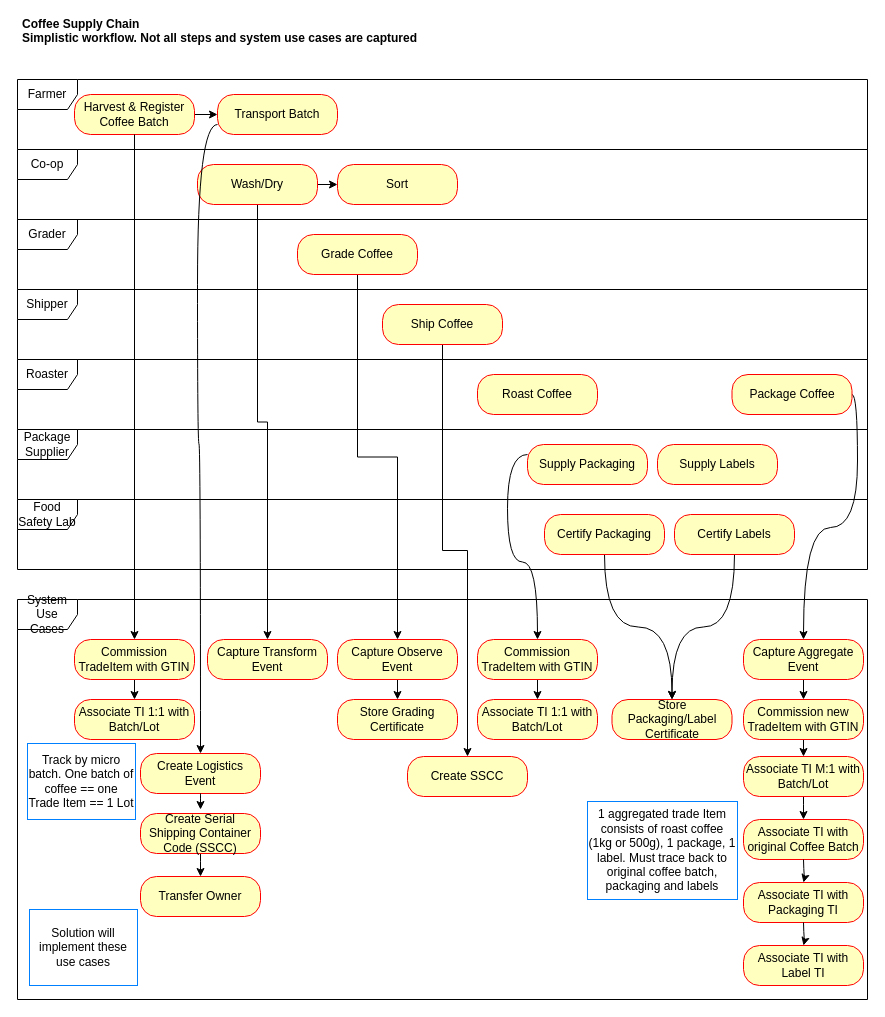
MCLDG/supply-chain-eth keeps this draw.io diagram as diagrams/Coffee Supply Chain.drawio. Above is the earlier version. Source tidied: cells renumbered, new cells numbered last; positions are measured from the earlier drawing's top-left corner, leaving out a move shared by most shapes. Both pictures are drawn from the tidied source at 100%, with x=0, y=0 at pixel (17, 17).
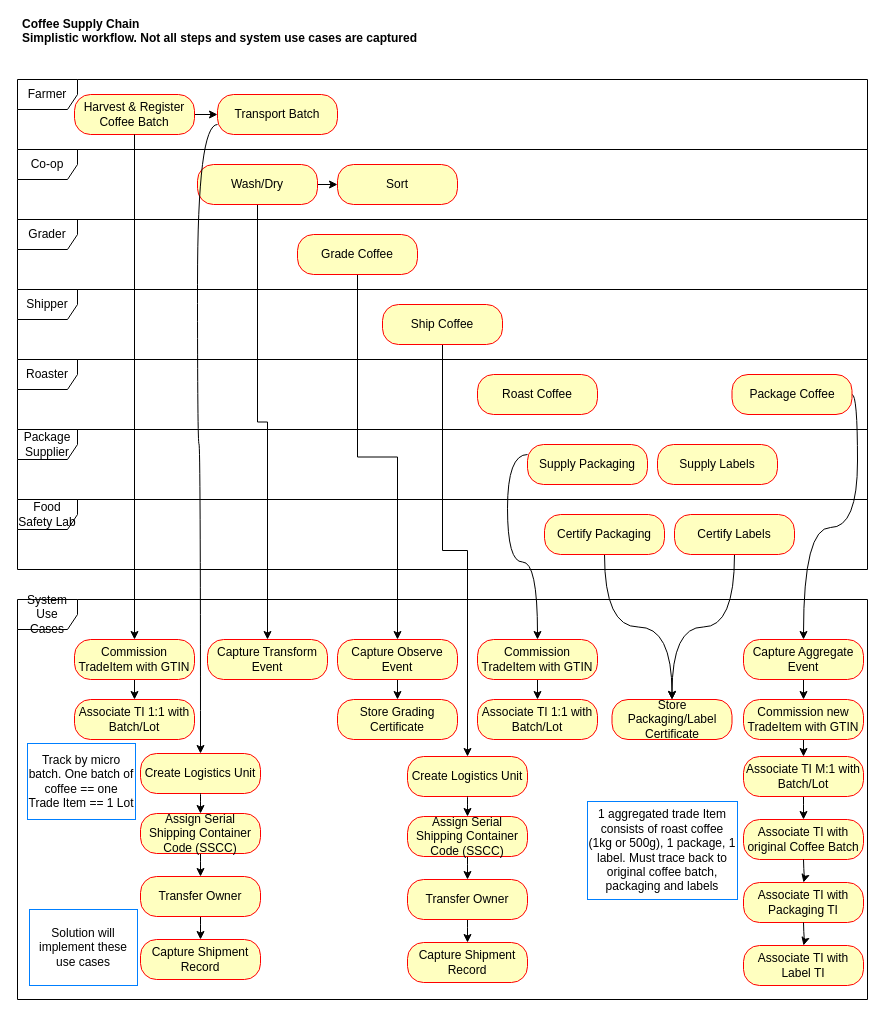
Above is the later version.

Unchanged cells that the change refers to:
```xml
<mxCell id="11" value="Transfer Owner" style="rounded=1;whiteSpace=wrap;html=1;arcSize=40;fontColor=#000000;fillColor=#ffffc0;strokeColor=#ff0000;" parent="1" vertex="1">
  <mxGeometry x="123" y="859" width="120" height="40" as="geometry" />
</mxCell>
<mxCell id="23" value="Ship Coffee" style="rounded=1;whiteSpace=wrap;html=1;arcSize=40;fontColor=#000000;fillColor=#ffffc0;strokeColor=#ff0000;" parent="1" vertex="1">
  <mxGeometry x="365" y="287" width="120" height="40" as="geometry" />
</mxCell>
```

Change to the diagram source:
```diff
@@
+    <mxCell id="61" value="System Use Cases" style="shape=umlFrame;whiteSpace=wrap;html=1;" parent="1" vertex="1">
+      <mxGeometry y="582" width="850" height="400" as="geometry" />
+    </mxCell>
@@
+    <mxCell id="65" style="edgeStyle=orthogonalEdgeStyle;curved=1;rounded=0;jettySize=auto;html=1;" parent="1" edge="1" source="11" target="66">
+      <mxGeometry relative="1" as="geometry" />
+    </mxCell>
@@
-    <mxCell id="22" style="edgeStyle=orthogonalEdgeStyle;rounded=0;jettySize=auto;html=1;exitX=0.5;exitY=1;exitDx=0;exitDy=0;" parent="1" edge="1" source="23" target="26">
+    <mxCell id="22" style="edgeStyle=orthogonalEdgeStyle;rounded=0;jettySize=auto;html=1;exitX=0.5;exitY=1;exitDx=0;exitDy=0;" parent="1" edge="1" source="23" target="71">
       <mxGeometry relative="1" as="geometry" />
     </mxCell>
@@
-    <mxCell id="26" value="Create SSCC" style="rounded=1;whiteSpace=wrap;html=1;arcSize=40;fontColor=#000000;fillColor=#ffffc0;strokeColor=#ff0000;" parent="1" vertex="1">
-      <mxGeometry x="390" y="739" width="120" height="40" as="geometry" />
-    </mxCell>
@@
-    <mxCell id="47" value="Create Serial Shipping Container Code (SSCC)" style="rounded=1;whiteSpace=wrap;html=1;arcSize=40;fontColor=#000000;fillColor=#ffffc0;strokeColor=#ff0000;" parent="1" vertex="1">
+    <mxCell id="47" value="Assign Serial Shipping Container Code (SSCC)" style="rounded=1;whiteSpace=wrap;html=1;arcSize=40;fontColor=#000000;fillColor=#ffffc0;strokeColor=#ff0000;" parent="1" vertex="1">
       <mxGeometry x="123" y="796" width="120" height="40" as="geometry" />
     </mxCell>
@@
-    <mxCell id="61" value="System Use Cases" style="shape=umlFrame;whiteSpace=wrap;html=1;" parent="1" vertex="1">
-      <mxGeometry y="582" width="850" height="400" as="geometry" />
-    </mxCell>
@@
-    <mxCell id="63" value="Create Logistics Event" style="rounded=1;whiteSpace=wrap;html=1;arcSize=40;fontColor=#000000;fillColor=#ffffc0;strokeColor=#ff0000;" parent="1" vertex="1">
+    <mxCell id="63" value="Create Logistics Unit" style="rounded=1;whiteSpace=wrap;html=1;arcSize=40;fontColor=#000000;fillColor=#ffffc0;strokeColor=#ff0000;" parent="1" vertex="1">
       <mxGeometry x="123" y="736" width="120" height="40" as="geometry" />
     </mxCell>
-    <mxCell id="64" style="edgeStyle=orthogonalEdgeStyle;curved=1;rounded=0;jettySize=auto;html=1;exitX=0.5;exitY=1;exitDx=0;exitDy=0;" parent="1" edge="1" source="63">
-      <mxGeometry relative="1" as="geometry">
-        <mxPoint x="183" y="792" as="targetPoint" />
-      </mxGeometry>
+    <mxCell id="64" style="edgeStyle=orthogonalEdgeStyle;curved=1;rounded=0;jettySize=auto;html=1;exitX=0.5;exitY=1;exitDx=0;exitDy=0;entryX=0.5;entryY=0;entryDx=0;entryDy=0;" parent="1" edge="1" source="63" target="47">
+      <mxGeometry relative="1" as="geometry" />
     </mxCell>
+    <mxCell id="66" value="Capture Shipment Record" style="rounded=1;whiteSpace=wrap;html=1;arcSize=40;fontColor=#000000;fillColor=#ffffc0;strokeColor=#ff0000;" parent="1" vertex="1">
+      <mxGeometry x="123" y="922" width="120" height="40" as="geometry" />
+    </mxCell>
+    <mxCell id="67" style="edgeStyle=orthogonalEdgeStyle;curved=1;rounded=0;jettySize=auto;html=1;" parent="1" edge="1" source="68" target="73">
+      <mxGeometry relative="1" as="geometry" />
+    </mxCell>
+    <mxCell id="68" value="Transfer Owner" style="rounded=1;whiteSpace=wrap;html=1;arcSize=40;fontColor=#000000;fillColor=#ffffc0;strokeColor=#ff0000;" parent="1" vertex="1">
+      <mxGeometry x="390" y="862" width="120" height="40" as="geometry" />
+    </mxCell>
+    <mxCell id="69" style="edgeStyle=orthogonalEdgeStyle;curved=1;rounded=0;jettySize=auto;html=1;" parent="1" edge="1" source="70" target="68">
+      <mxGeometry relative="1" as="geometry" />
+    </mxCell>
+    <mxCell id="70" value="Assign Serial Shipping Container Code (SSCC)" style="rounded=1;whiteSpace=wrap;html=1;arcSize=40;fontColor=#000000;fillColor=#ffffc0;strokeColor=#ff0000;" parent="1" vertex="1">
+      <mxGeometry x="390" y="799" width="120" height="40" as="geometry" />
+    </mxCell>
+    <mxCell id="71" value="Create Logistics Unit" style="rounded=1;whiteSpace=wrap;html=1;arcSize=40;fontColor=#000000;fillColor=#ffffc0;strokeColor=#ff0000;" parent="1" vertex="1">
+      <mxGeometry x="390" y="739" width="120" height="40" as="geometry" />
+    </mxCell>
+    <mxCell id="72" style="edgeStyle=orthogonalEdgeStyle;curved=1;rounded=0;jettySize=auto;html=1;exitX=0.5;exitY=1;exitDx=0;exitDy=0;entryX=0.5;entryY=0;entryDx=0;entryDy=0;" parent="1" edge="1" source="71" target="70">
+      <mxGeometry relative="1" as="geometry" />
+    </mxCell>
+    <mxCell id="73" value="Capture Shipment Record" style="rounded=1;whiteSpace=wrap;html=1;arcSize=40;fontColor=#000000;fillColor=#ffffc0;strokeColor=#ff0000;" parent="1" vertex="1">
+      <mxGeometry x="390" y="925" width="120" height="40" as="geometry" />
+    </mxCell>
```
